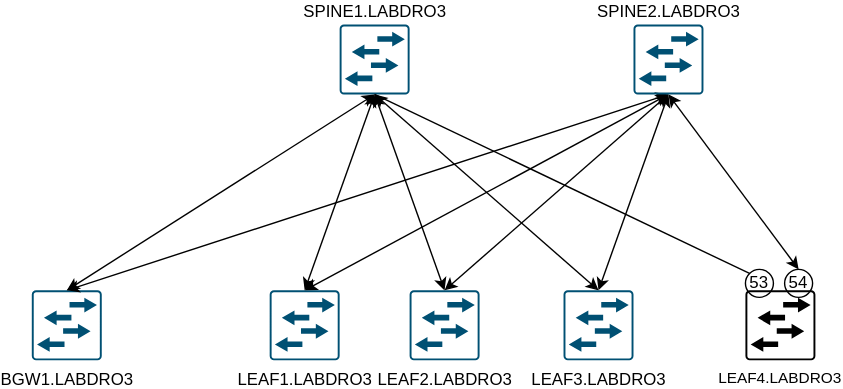
thedenman/flow keeps this draw.io diagram as distri_lab.svg. Above is the earlier version. Source tidied: cells renumbered, new cells last; positions are measured from the earlier drawing's top-left corner, leaving out a move shared by most shapes.
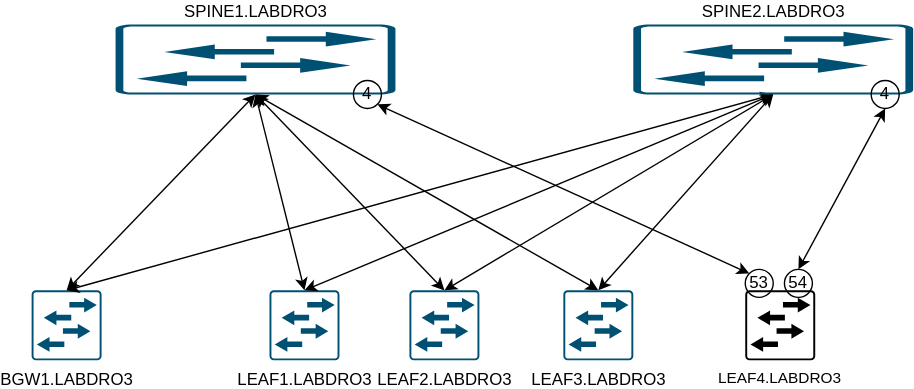
The same file after the commit.

The edit, as a diff of the source:
```diff
@@ -8,9 +8,9 @@
     <mxCell id="3" value="LEAF1.LABDRO3" style="sketch=0;points=[[0.015,0.015,0],[0.985,0.015,0],[0.985,0.985,0],[0.015,0.985,0],[0.25,0,0],[0.5,0,0],[0.75,0,0],[1,0.25,0],[1,0.5,0],[1,0.75,0],[0.75,1,0],[0.5,1,0],[0.25,1,0],[0,0.75,0],[0,0.5,0],[0,0.25,0]];verticalLabelPosition=bottom;html=1;verticalAlign=top;align=center;shape=mxgraph.cisco19.rect;prIcon=l2_switch;fillColor=none;strokeColor=#005073;" parent="1" vertex="1">
       <mxGeometry x="170" y="190" width="50" height="50" as="geometry" />
     </mxCell>
-    <object id="4" label="SPINE1.LABDRO3" placeholders="1" spine1.labdro3="">
+    <object id="4" label="SPINE1.LABDRO3" placeholders="1">
       <mxCell style="sketch=0;points=[[0.015,0.015,0],[0.985,0.015,0],[0.985,0.985,0],[0.015,0.985,0],[0.25,0,0],[0.5,0,0],[0.75,0,0],[1,0.25,0],[1,0.5,0],[1,0.75,0],[0.75,1,0],[0.5,1,0],[0.25,1,0],[0,0.75,0],[0,0.5,0],[0,0.25,0]];verticalLabelPosition=top;html=1;verticalAlign=bottom;align=center;shape=mxgraph.cisco19.rect;prIcon=l2_switch;fillColor=none;strokeColor=#005073;labelPosition=center;" parent="1" vertex="1">
-        <mxGeometry x="220" width="50" height="50" as="geometry" />
+        <mxGeometry x="60" width="200" height="50" as="geometry" />
       </mxCell>
     </object>
     <mxCell id="5" value="LEAF2.LABDRO3" style="sketch=0;points=[[0.015,0.015,0],[0.985,0.015,0],[0.985,0.985,0],[0.015,0.985,0],[0.25,0,0],[0.5,0,0],[0.75,0,0],[1,0.25,0],[1,0.5,0],[1,0.75,0],[0.75,1,0],[0.5,1,0],[0.25,1,0],[0,0.75,0],[0,0.5,0],[0,0.25,0]];verticalLabelPosition=bottom;html=1;verticalAlign=top;align=center;shape=mxgraph.cisco19.rect;prIcon=l2_switch;fillColor=none;strokeColor=#005073;" parent="1" vertex="1">
@@ -51,17 +51,23 @@
     <mxCell id="16" value="54" style="ellipse;whiteSpace=wrap;html=1;fillColor=none;strokeColor=default;" parent="1" vertex="1">
       <mxGeometry x="538" y="175" width="20" height="20" as="geometry" />
     </mxCell>
-    <mxCell id="17" style="endArrow=classic;startArrow=classic;html=1;rounded=0;exitX=0.5;exitY=0;exitDx=0;exitDy=0;entryX=0.5;entryY=1;entryDx=0;entryDy=0;entryPerimeter=0;" parent="1" edge="1" source="16" target="18">
+    <mxCell id="17" style="endArrow=classic;startArrow=classic;html=1;rounded=0;exitX=0.5;exitY=0;exitDx=0;exitDy=0;entryX=0.5;entryY=1;entryDx=0;entryDy=0;" parent="1" edge="1" source="16" target="21">
       <mxGeometry relative="1" as="geometry" />
     </mxCell>
     <mxCell id="18" value="SPINE2.LABDRO3" style="sketch=0;points=[[0.015,0.015,0],[0.985,0.015,0],[0.985,0.985,0],[0.015,0.985,0],[0.25,0,0],[0.5,0,0],[0.75,0,0],[1,0.25,0],[1,0.5,0],[1,0.75,0],[0.75,1,0],[0.5,1,0],[0.25,1,0],[0,0.75,0],[0,0.5,0],[0,0.25,0]];verticalLabelPosition=top;html=1;verticalAlign=bottom;align=center;shape=mxgraph.cisco19.rect;prIcon=l2_switch;fillColor=none;strokeColor=#005073;labelPosition=center;" parent="1" vertex="1">
-      <mxGeometry x="430" width="50" height="50" as="geometry" />
+      <mxGeometry x="430" width="200" height="50" as="geometry" />
     </mxCell>
     <mxCell id="19" value="53" style="ellipse;whiteSpace=wrap;html=1;fillColor=none;strokeColor=default;" parent="1" vertex="1">
       <mxGeometry x="510" y="175" width="20" height="20" as="geometry" />
     </mxCell>
-    <mxCell id="20" style="endArrow=none;html=1;rounded=0;entryX=0;entryY=0;entryDx=0;entryDy=0;exitX=0.5;exitY=1;exitDx=0;exitDy=0;exitPerimeter=0;" parent="1" edge="1" source="4" target="19">
+    <mxCell id="20" style="endArrow=classic;html=1;rounded=0;entryX=0;entryY=0;entryDx=0;entryDy=0;exitX=1;exitY=1;exitDx=0;exitDy=0;endFill=1;startArrow=classic;startFill=1;" parent="1" edge="1" source="22" target="19">
       <mxGeometry relative="1" as="geometry" />
     </mxCell>
+    <mxCell id="21" value="4" style="ellipse;whiteSpace=wrap;html=1;fillColor=none;strokeColor=default;" parent="1" vertex="1">
+      <mxGeometry x="600" y="40" width="20" height="20" as="geometry" />
+    </mxCell>
+    <mxCell id="22" value="4" style="ellipse;whiteSpace=wrap;html=1;fillColor=none;strokeColor=default;" parent="1" vertex="1">
+      <mxGeometry x="230" y="40" width="20" height="20" as="geometry" />
+    </mxCell>
   </root>
 </mxGraphModel>
```
